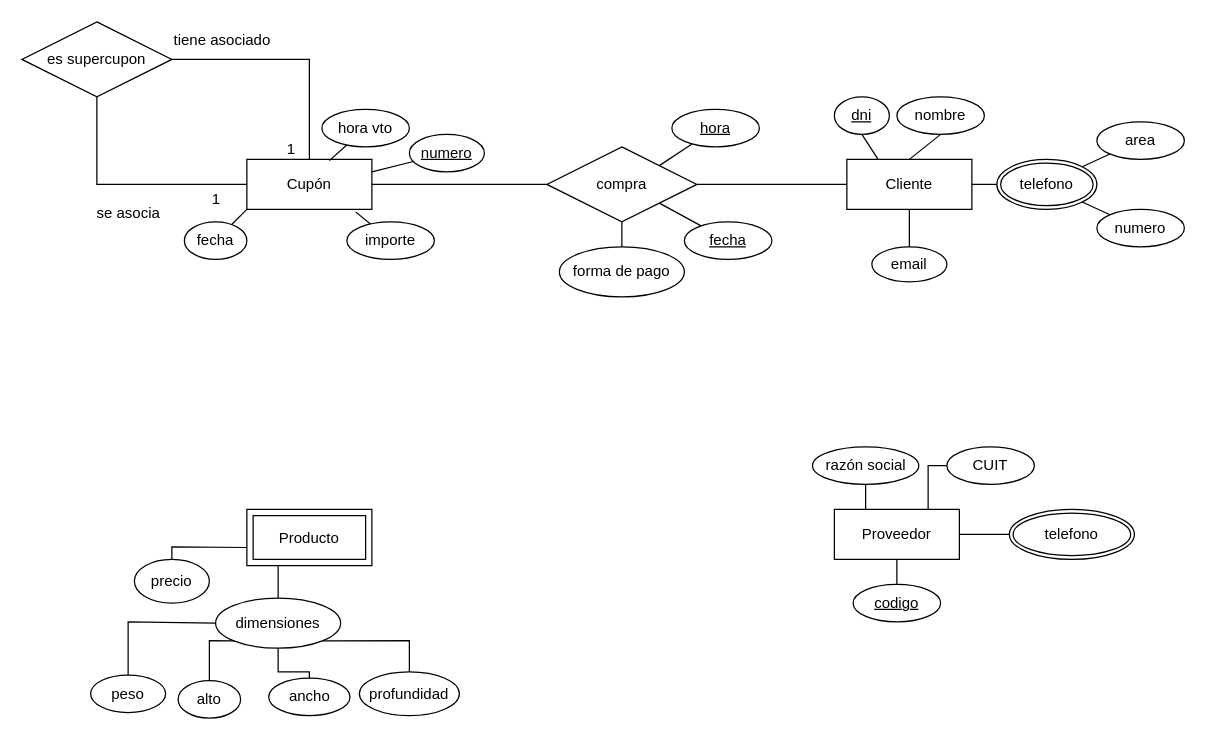
Earlier version of the draw.io diagram cupones.drawio (leopoldo109/BDD-UNQ). Source tidied: cells renumbered, new cells numbered last; positions are measured from the earlier drawing's top-left corner, leaving out a move shared by most shapes. Both pictures are drawn from the tidied source at 125%, with x=0, y=0 at pixel (21, 21).
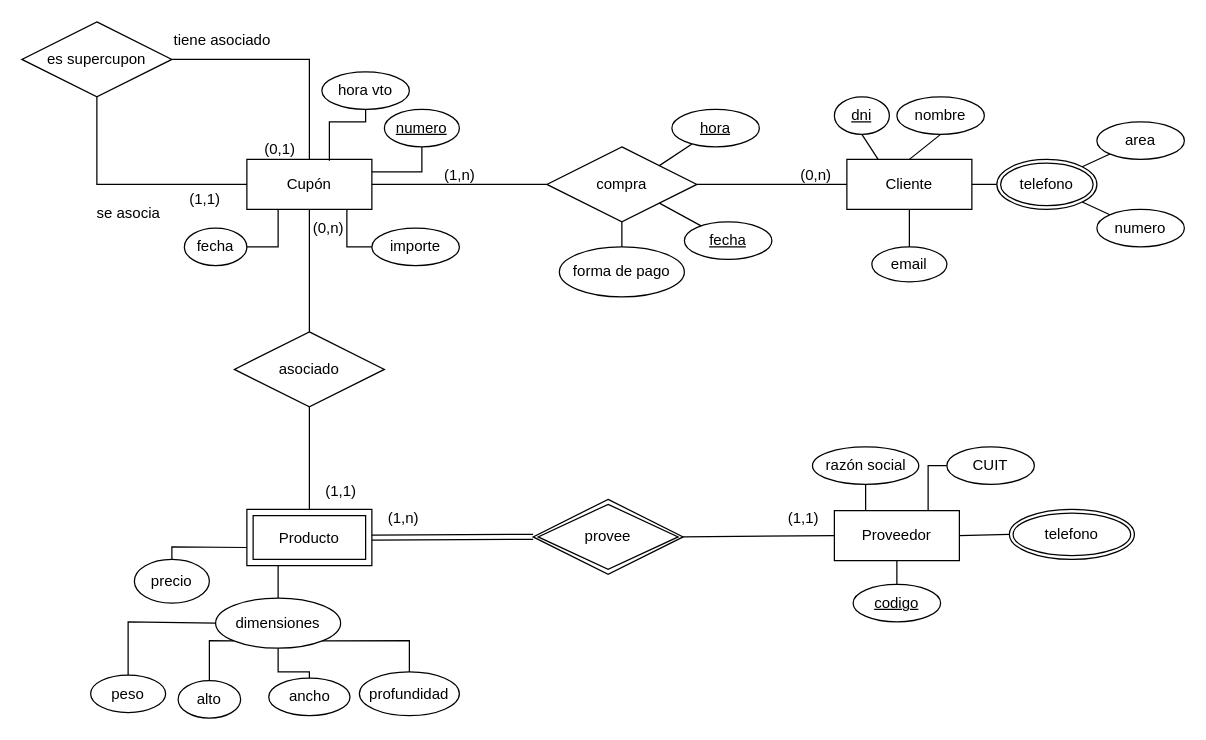
The same page after the edit.

The change refers to these unchanged cells:
```xml
<mxCell id="2" value="Cupón" style="whiteSpace=wrap;html=1;align=center;" parent="1" vertex="1">
  <mxGeometry x="180" y="110" width="100" height="40" as="geometry" />
</mxCell>
<mxCell id="3" style="endArrow=none;html=1;rounded=0;exitX=0.5;exitY=0;exitDx=0;exitDy=0;entryX=1;entryY=0.5;entryDx=0;entryDy=0;" parent="1" edge="1" source="2" target="5">
  <mxGeometry relative="1" as="geometry">
    <Array as="points">
      <mxPoint x="230" y="30" />
    </Array>
  </mxGeometry>
</mxCell>
<mxCell id="6" style="endArrow=none;html=1;rounded=0;exitX=0;exitY=0.5;exitDx=0;exitDy=0;entryX=0.5;entryY=1;entryDx=0;entryDy=0;" parent="1" edge="1" source="2" target="5">
  <mxGeometry relative="1" as="geometry">
    <Array as="points">
      <mxPoint x="60" y="130" />
    </Array>
  </mxGeometry>
</mxCell>
<mxCell id="47" value="Producto" style="shape=ext;margin=3;double=1;whiteSpace=wrap;html=1;align=center;" parent="1" vertex="1">
  <mxGeometry x="180" y="390" width="100" height="45" as="geometry" />
</mxCell>
```

Diff of the diagram source:
```diff
@@
-    <mxCell id="4" value="1" style="html=1;whiteSpace=wrap;align=right;verticalAlign=bottom;" parent="3" vertex="1">
+    <mxCell id="4" value="(0,1)" style="html=1;whiteSpace=wrap;align=right;verticalAlign=bottom;" parent="3" vertex="1">
       <mxGeometry x="1" relative="1" as="geometry">
         <mxPoint x="100" y="80" as="offset" />
       </mxGeometry>
     </mxCell>
@@
-    <mxCell id="7" value="1" style="html=1;whiteSpace=wrap;align=right;verticalAlign=bottom;" parent="6" vertex="1">
+    <mxCell id="7" value="(1,1)" style="html=1;whiteSpace=wrap;align=right;verticalAlign=bottom;" parent="6" vertex="1">
       <mxGeometry x="1" relative="1" as="geometry">
         <mxPoint x="100" y="90" as="offset" />
       </mxGeometry>
     </mxCell>
@@
     <mxCell id="10" style="endArrow=none;html=1;rounded=0;exitX=0.66;exitY=0.025;exitDx=0;exitDy=0;exitPerimeter=0;" parent="1" edge="1" source="2" target="11">
-      <mxGeometry relative="1" as="geometry" />
+      <mxGeometry relative="1" as="geometry">
+        <Array as="points">
+          <mxPoint x="246" y="80" />
+          <mxPoint x="275" y="80" />
+        </Array>
+      </mxGeometry>
     </mxCell>
     <mxCell id="11" value="hora vto" style="ellipse;whiteSpace=wrap;html=1;align=center;" parent="1" vertex="1">
-      <mxGeometry x="240" y="70" width="70" height="30" as="geometry" />
+      <mxGeometry x="240" y="40" width="70" height="30" as="geometry" />
     </mxCell>
-    <mxCell id="12" style="endArrow=none;html=1;rounded=0;exitX=0.87;exitY=1.05;exitDx=0;exitDy=0;exitPerimeter=0;" parent="1" edge="1" source="2" target="13">
-      <mxGeometry relative="1" as="geometry" />
+    <mxCell id="12" style="endArrow=none;html=1;rounded=0;" parent="1" edge="1" target="13">
+      <mxGeometry relative="1" as="geometry">
+        <mxPoint x="260" y="150" as="sourcePoint" />
+        <Array as="points">
+          <mxPoint x="260" y="180" />
+        </Array>
+      </mxGeometry>
     </mxCell>
     <mxCell id="13" value="importe" style="ellipse;whiteSpace=wrap;html=1;align=center;" parent="1" vertex="1">
-      <mxGeometry x="260" y="160" width="70" height="30" as="geometry" />
+      <mxGeometry x="280" y="165" width="70" height="30" as="geometry" />
     </mxCell>
-    <mxCell id="14" style="endArrow=none;html=1;rounded=0;exitX=0;exitY=1;exitDx=0;exitDy=0;" parent="1" edge="1" source="2" target="15">
-      <mxGeometry relative="1" as="geometry" />
-    </mxCell>
     <mxCell id="15" value="fecha" style="ellipse;whiteSpace=wrap;html=1;align=center;" parent="1" vertex="1">
-      <mxGeometry x="130" y="160" width="50" height="30" as="geometry" />
+      <mxGeometry x="130" y="165" width="50" height="30" as="geometry" />
     </mxCell>
     <mxCell id="16" style="endArrow=none;html=1;rounded=0;exitX=1;exitY=0.25;exitDx=0;exitDy=0;" parent="1" edge="1" source="2" target="17">
-      <mxGeometry relative="1" as="geometry" />
+      <mxGeometry relative="1" as="geometry">
+        <Array as="points">
+          <mxPoint x="320" y="120" />
+        </Array>
+      </mxGeometry>
     </mxCell>
     <mxCell id="17" value="numero" style="ellipse;whiteSpace=wrap;html=1;align=center;fontStyle=4;" parent="1" vertex="1">
-      <mxGeometry x="310" y="90" width="60" height="30" as="geometry" />
+      <mxGeometry x="290" y="70" width="60" height="30" as="geometry" />
     </mxCell>
@@
     <mxCell id="40" value="Proveedor" style="whiteSpace=wrap;html=1;align=center;" parent="1" vertex="1">
-      <mxGeometry x="650" y="390" width="100" height="40" as="geometry" />
+      <mxGeometry x="650" y="391" width="100" height="40" as="geometry" />
     </mxCell>
@@
+    <mxCell id="62" value="provee" style="shape=rhombus;double=1;perimeter=rhombusPerimeter;whiteSpace=wrap;html=1;align=center;" parent="1" vertex="1">
+      <mxGeometry x="409" y="382" width="120" height="60" as="geometry" />
+    </mxCell>
+    <mxCell id="63" style="shape=link;html=1;rounded=0;exitX=1;exitY=0.5;exitDx=0;exitDy=0;entryX=0;entryY=0.5;entryDx=0;entryDy=0;" parent="1" edge="1" source="47" target="62">
+      <mxGeometry relative="1" as="geometry" />
+    </mxCell>
+    <mxCell id="64" style="endArrow=none;html=1;rounded=0;exitX=1;exitY=0.5;exitDx=0;exitDy=0;entryX=0;entryY=0.5;entryDx=0;entryDy=0;" parent="1" edge="1" source="62" target="40">
+      <mxGeometry relative="1" as="geometry" />
+    </mxCell>
+    <mxCell id="65" style="endArrow=none;html=1;rounded=0;exitX=0.5;exitY=1;exitDx=0;exitDy=0;" parent="1" edge="1" source="2" target="66">
+      <mxGeometry relative="1" as="geometry" />
+    </mxCell>
+    <mxCell id="66" value="asociado" style="shape=rhombus;perimeter=rhombusPerimeter;whiteSpace=wrap;html=1;align=center;" parent="1" vertex="1">
+      <mxGeometry x="170" y="248" width="120" height="60" as="geometry" />
+    </mxCell>
+    <mxCell id="67" style="endArrow=none;html=1;rounded=0;exitX=0.5;exitY=1;exitDx=0;exitDy=0;entryX=0.5;entryY=0;entryDx=0;entryDy=0;" parent="1" edge="1" source="66" target="47">
+      <mxGeometry relative="1" as="geometry" />
+    </mxCell>
+    <mxCell id="68" value="(0,n)" style="text;html=1;align=center;verticalAlign=middle;strokeColor=none;fillColor=none;" parent="1" vertex="1">
+      <mxGeometry x="220" y="150" width="50" height="30" as="geometry" />
+    </mxCell>
+    <mxCell id="69" value="(1,n)" style="text;html=1;align=center;verticalAlign=middle;strokeColor=none;fillColor=none;" parent="1" vertex="1">
+      <mxGeometry x="280" y="382" width="50" height="30" as="geometry" />
+    </mxCell>
+    <mxCell id="70" value="(1,1)" style="text;html=1;align=center;verticalAlign=middle;strokeColor=none;fillColor=none;" parent="1" vertex="1">
+      <mxGeometry x="600" y="382" width="50" height="30" as="geometry" />
+    </mxCell>
+    <mxCell id="71" style="endArrow=none;html=1;rounded=0;exitX=1;exitY=0.5;exitDx=0;exitDy=0;entryX=0.25;entryY=1;entryDx=0;entryDy=0;" parent="1" edge="1" source="15" target="2">
+      <mxGeometry relative="1" as="geometry">
+        <Array as="points">
+          <mxPoint x="205" y="180" />
+        </Array>
+      </mxGeometry>
+    </mxCell>
+    <mxCell id="72" value="(1,1)" style="text;html=1;align=center;verticalAlign=middle;strokeColor=none;fillColor=none;" parent="1" vertex="1">
+      <mxGeometry x="230" y="361" width="50" height="30" as="geometry" />
+    </mxCell>
+    <mxCell id="73" value="(0,n)" style="text;html=1;align=center;verticalAlign=middle;strokeColor=none;fillColor=none;" parent="1" vertex="1">
+      <mxGeometry x="610" y="108" width="50" height="30" as="geometry" />
+    </mxCell>
+    <mxCell id="74" value="(1,n)" style="text;html=1;align=center;verticalAlign=middle;strokeColor=none;fillColor=none;" parent="1" vertex="1">
+      <mxGeometry x="325" y="108" width="50" height="30" as="geometry" />
+    </mxCell>
```
